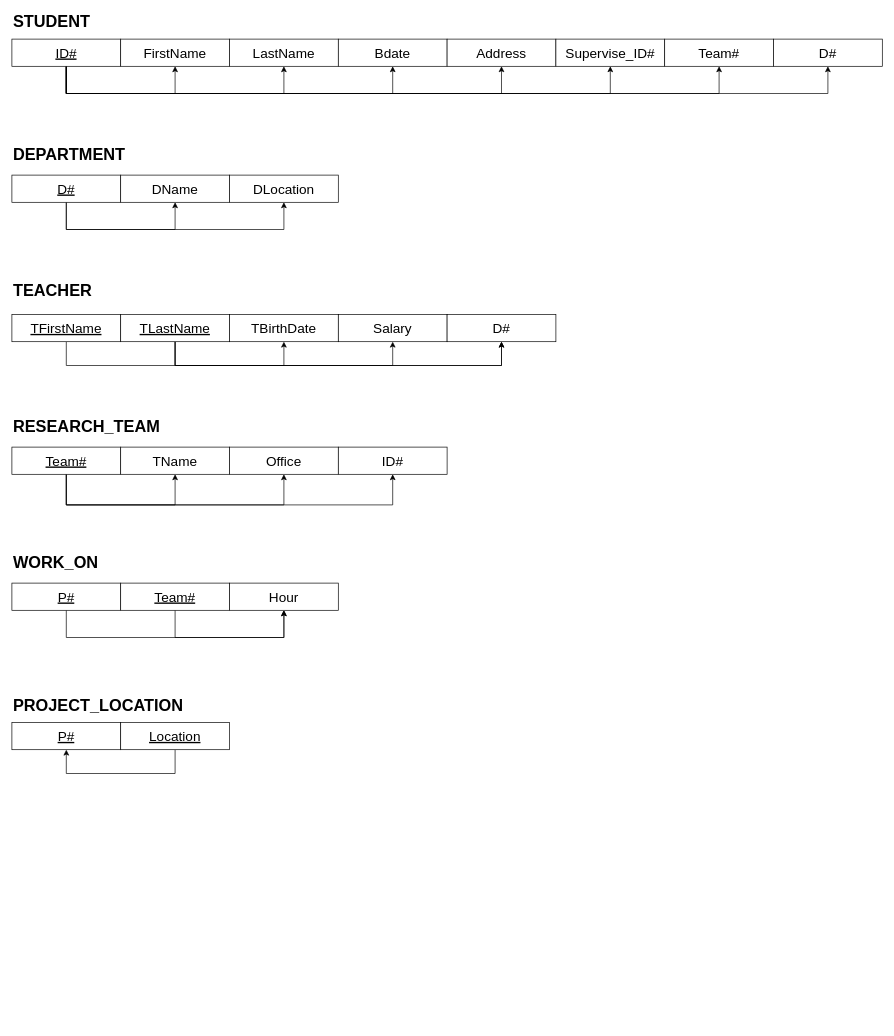
phlpat/test_repo keeps this draw.io diagram as page "ข้อ3.2" (8 of 11) of relational_database_model.drawio. Above is the earlier version. Source tidied: cells renumbered, new cells numbered last; positions are measured from the earlier drawing's top-left corner, leaving out a move shared by most shapes. Both pictures are drawn from the tidied source at 68%, with x=0, y=0 at pixel (12, 12).
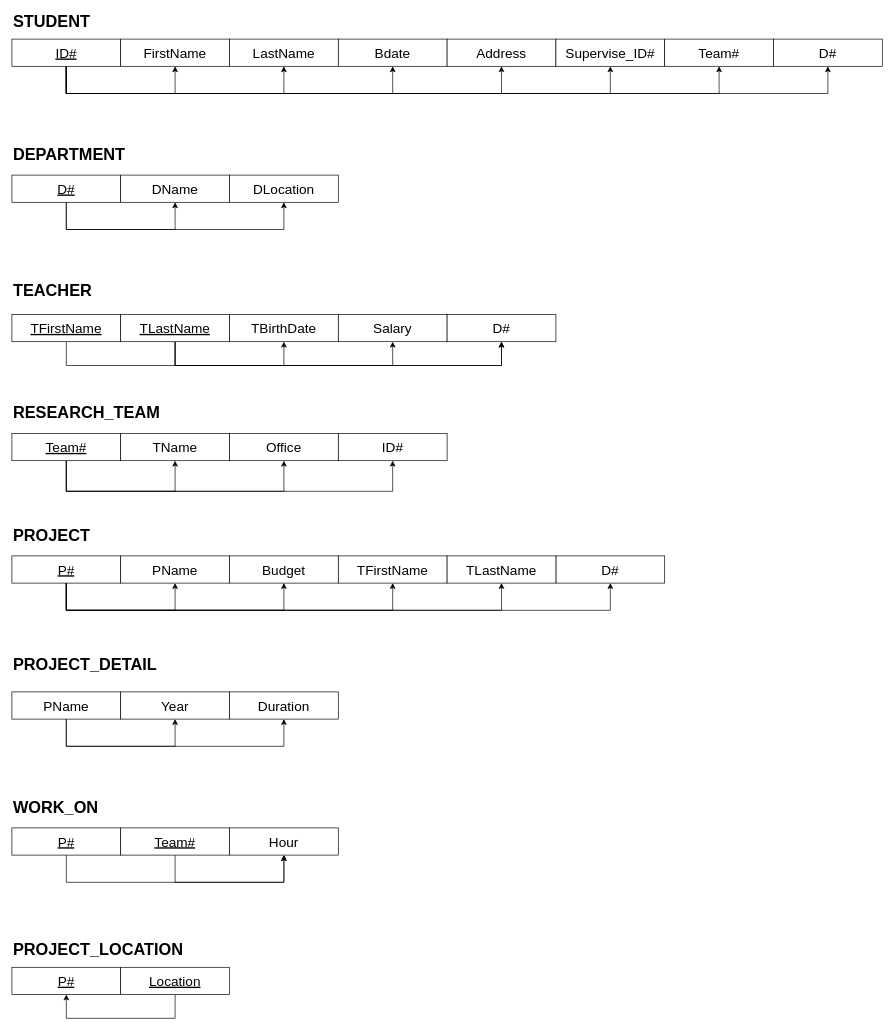
Above is the later version.

Change to the diagram source:
```diff
@@
     <mxCell id="13" value="&lt;span style=&quot;font-size: 24px&quot;&gt;&lt;b&gt;RESEARCH_TEAM&lt;/b&gt;&lt;/span&gt;" style="text;html=1;align=left;verticalAlign=middle;strokeColor=none;fillColor=none;" parent="1" vertex="1">
-      <mxGeometry y="600" width="230" height="20" as="geometry" />
+      <mxGeometry y="580" width="230" height="20" as="geometry" />
     </mxCell>
@@
     <mxCell id="31" style="edgeStyle=orthogonalEdgeStyle;rounded=0;jettySize=auto;html=1;" parent="1" edge="1" source="34" target="35">
       <mxGeometry relative="1" as="geometry">
         <Array as="points">
-          <mxPoint x="80" y="725" />
-          <mxPoint x="240" y="725" />
+          <mxPoint x="80" y="705" />
+          <mxPoint x="240" y="705" />
         </Array>
       </mxGeometry>
     </mxCell>
     <mxCell id="32" style="edgeStyle=orthogonalEdgeStyle;rounded=0;jettySize=auto;html=1;entryX=0.5;entryY=1;entryDx=0;entryDy=0;" parent="1" edge="1" source="34" target="36">
       <mxGeometry relative="1" as="geometry">
         <Array as="points">
-          <mxPoint x="80" y="725" />
-          <mxPoint x="400" y="725" />
+          <mxPoint x="80" y="705" />
+          <mxPoint x="400" y="705" />
         </Array>
       </mxGeometry>
     </mxCell>
     <mxCell id="33" style="edgeStyle=orthogonalEdgeStyle;rounded=0;jettySize=auto;html=1;entryX=0.5;entryY=1;entryDx=0;entryDy=0;" parent="1" edge="1" source="34" target="39">
       <mxGeometry relative="1" as="geometry">
         <Array as="points">
-          <mxPoint x="80" y="725" />
-          <mxPoint x="560" y="725" />
+          <mxPoint x="80" y="705" />
+          <mxPoint x="560" y="705" />
         </Array>
       </mxGeometry>
     </mxCell>
     <mxCell id="34" value="&lt;font style=&quot;font-size: 20px&quot;&gt;&lt;u&gt;Team#&lt;/u&gt;&lt;/font&gt;" style="rounded=0;whiteSpace=wrap;html=1;" parent="1" vertex="1">
-      <mxGeometry y="640" width="160" height="40" as="geometry" />
+      <mxGeometry y="620" width="160" height="40" as="geometry" />
     </mxCell>
     <mxCell id="35" value="&lt;font style=&quot;font-size: 20px&quot;&gt;TName&lt;/font&gt;" style="rounded=0;whiteSpace=wrap;html=1;" parent="1" vertex="1">
-      <mxGeometry x="160" y="640" width="160" height="40" as="geometry" />
+      <mxGeometry x="160" y="620" width="160" height="40" as="geometry" />
     </mxCell>
     <mxCell id="36" value="&lt;font style=&quot;font-size: 20px&quot;&gt;Office&lt;/font&gt;" style="rounded=0;whiteSpace=wrap;html=1;" parent="1" vertex="1">
-      <mxGeometry x="320" y="640" width="160" height="40" as="geometry" />
+      <mxGeometry x="320" y="620" width="160" height="40" as="geometry" />
     </mxCell>
@@
     <mxCell id="39" value="&lt;font style=&quot;font-size: 20px&quot;&gt;ID#&lt;/font&gt;" style="rounded=0;whiteSpace=wrap;html=1;" parent="1" vertex="1">
-      <mxGeometry x="480" y="640" width="160" height="40" as="geometry" />
+      <mxGeometry x="480" y="620" width="160" height="40" as="geometry" />
     </mxCell>
@@
     <mxCell id="42" value="&lt;span style=&quot;font-size: 24px&quot;&gt;&lt;b&gt;WORK_ON&lt;/b&gt;&lt;/span&gt;" style="text;html=1;align=left;verticalAlign=middle;strokeColor=none;fillColor=none;" parent="1" vertex="1">
-      <mxGeometry y="800" width="140" height="20" as="geometry" />
+      <mxGeometry y="1160" width="140" height="20" as="geometry" />
     </mxCell>
     <mxCell id="43" style="edgeStyle=orthogonalEdgeStyle;rounded=0;jettySize=auto;html=1;entryX=0.5;entryY=1;entryDx=0;entryDy=0;" parent="1" edge="1" source="44" target="47">
       <mxGeometry relative="1" as="geometry">
         <Array as="points">
-          <mxPoint x="80" y="920" />
-          <mxPoint x="400" y="920" />
+          <mxPoint x="80" y="1280" />
+          <mxPoint x="400" y="1280" />
         </Array>
       </mxGeometry>
     </mxCell>
     <mxCell id="44" value="&lt;font style=&quot;font-size: 20px&quot;&gt;&lt;u&gt;P#&lt;/u&gt;&lt;/font&gt;" style="rounded=0;whiteSpace=wrap;html=1;" parent="1" vertex="1">
-      <mxGeometry y="840" width="160" height="40" as="geometry" />
+      <mxGeometry y="1200" width="160" height="40" as="geometry" />
     </mxCell>
     <mxCell id="45" style="edgeStyle=orthogonalEdgeStyle;rounded=0;jettySize=auto;html=1;entryX=0.5;entryY=1;entryDx=0;entryDy=0;" parent="1" edge="1" source="46" target="47">
       <mxGeometry relative="1" as="geometry">
         <Array as="points">
-          <mxPoint x="240" y="920" />
-          <mxPoint x="400" y="920" />
+          <mxPoint x="240" y="1280" />
+          <mxPoint x="400" y="1280" />
         </Array>
       </mxGeometry>
     </mxCell>
     <mxCell id="46" value="&lt;span style=&quot;font-size: 20px&quot;&gt;&lt;u&gt;Team#&lt;/u&gt;&lt;/span&gt;" style="rounded=0;whiteSpace=wrap;html=1;" parent="1" vertex="1">
-      <mxGeometry x="160" y="840" width="160" height="40" as="geometry" />
+      <mxGeometry x="160" y="1200" width="160" height="40" as="geometry" />
     </mxCell>
     <mxCell id="47" value="&lt;font style=&quot;font-size: 20px&quot;&gt;Hour&lt;/font&gt;" style="rounded=0;whiteSpace=wrap;html=1;" parent="1" vertex="1">
-      <mxGeometry x="320" y="840" width="160" height="40" as="geometry" />
+      <mxGeometry x="320" y="1200" width="160" height="40" as="geometry" />
     </mxCell>
     <mxCell id="48" value="&lt;span style=&quot;font-size: 24px&quot;&gt;&lt;b&gt;PROJECT_LOCATION&lt;/b&gt;&lt;/span&gt;" style="text;html=1;align=left;verticalAlign=middle;strokeColor=none;fillColor=none;" parent="1" vertex="1">
-      <mxGeometry y="1010" width="270" height="20" as="geometry" />
+      <mxGeometry y="1370" width="270" height="20" as="geometry" />
     </mxCell>
     <mxCell id="49" value="&lt;font style=&quot;font-size: 20px&quot;&gt;&lt;u&gt;P#&lt;/u&gt;&lt;/font&gt;" style="rounded=0;whiteSpace=wrap;html=1;" parent="1" vertex="1">
-      <mxGeometry y="1045" width="160" height="40" as="geometry" />
+      <mxGeometry y="1405" width="160" height="40" as="geometry" />
     </mxCell>
     <mxCell id="50" style="edgeStyle=orthogonalEdgeStyle;rounded=0;jettySize=auto;html=1;entryX=0.5;entryY=1;entryDx=0;entryDy=0;" parent="1" edge="1" source="51" target="49">
       <mxGeometry relative="1" as="geometry">
         <Array as="points">
-          <mxPoint x="240" y="1120" />
-          <mxPoint x="80" y="1120" />
+          <mxPoint x="240" y="1480" />
+          <mxPoint x="80" y="1480" />
         </Array>
       </mxGeometry>
     </mxCell>
     <mxCell id="51" value="&lt;font style=&quot;font-size: 20px&quot;&gt;&lt;u&gt;Location&lt;/u&gt;&lt;/font&gt;" style="rounded=0;whiteSpace=wrap;html=1;" parent="1" vertex="1">
-      <mxGeometry x="160" y="1045" width="160" height="40" as="geometry" />
+      <mxGeometry x="160" y="1405" width="160" height="40" as="geometry" />
     </mxCell>
+    <mxCell id="52" value="&lt;span style=&quot;font-size: 24px&quot;&gt;&lt;b&gt;PROJECT&lt;/b&gt;&lt;/span&gt;" style="text;html=1;align=left;verticalAlign=middle;strokeColor=none;fillColor=none;" parent="1" vertex="1">
+      <mxGeometry y="760" width="130" height="20" as="geometry" />
+    </mxCell>
+    <mxCell id="53" style="edgeStyle=orthogonalEdgeStyle;rounded=0;jettySize=auto;html=1;entryX=0.5;entryY=1;entryDx=0;entryDy=0;" parent="1" edge="1" source="54" target="55">
+      <mxGeometry relative="1" as="geometry">
+        <Array as="points">
+          <mxPoint x="80" y="880" />
+          <mxPoint x="240" y="880" />
+        </Array>
+      </mxGeometry>
+    </mxCell>
+    <mxCell id="54" value="&lt;font style=&quot;font-size: 20px&quot;&gt;&lt;u&gt;P#&lt;/u&gt;&lt;/font&gt;" style="rounded=0;whiteSpace=wrap;html=1;" parent="1" vertex="1">
+      <mxGeometry y="800" width="160" height="40" as="geometry" />
+    </mxCell>
+    <mxCell id="55" value="&lt;font style=&quot;font-size: 20px&quot;&gt;PName&lt;/font&gt;" style="rounded=0;whiteSpace=wrap;html=1;" parent="1" vertex="1">
+      <mxGeometry x="160" y="800" width="160" height="40" as="geometry" />
+    </mxCell>
+    <mxCell id="56" value="&lt;font style=&quot;font-size: 20px&quot;&gt;Budget&lt;/font&gt;" style="rounded=0;whiteSpace=wrap;html=1;" parent="1" vertex="1">
+      <mxGeometry x="320" y="800" width="160" height="40" as="geometry" />
+    </mxCell>
+    <mxCell id="57" value="&lt;font style=&quot;font-size: 20px&quot;&gt;TFirstName&lt;/font&gt;" style="rounded=0;whiteSpace=wrap;html=1;" parent="1" vertex="1">
+      <mxGeometry x="480" y="800" width="160" height="40" as="geometry" />
+    </mxCell>
+    <mxCell id="58" value="&lt;font style=&quot;font-size: 20px&quot;&gt;D#&lt;/font&gt;" style="rounded=0;whiteSpace=wrap;html=1;" parent="1" vertex="1">
+      <mxGeometry x="800" y="800" width="160" height="40" as="geometry" />
+    </mxCell>
+    <mxCell id="59" value="&lt;span style=&quot;font-size: 20px&quot;&gt;TLastName&lt;/span&gt;" style="rounded=0;whiteSpace=wrap;html=1;" parent="1" vertex="1">
+      <mxGeometry x="640" y="800" width="160" height="40" as="geometry" />
+    </mxCell>
+    <mxCell id="60" style="edgeStyle=orthogonalEdgeStyle;rounded=0;jettySize=auto;html=1;entryX=0.5;entryY=1;entryDx=0;entryDy=0;" parent="1" edge="1" source="62" target="63">
+      <mxGeometry relative="1" as="geometry">
+        <Array as="points">
+          <mxPoint x="80" y="1080" />
+          <mxPoint x="240" y="1080" />
+        </Array>
+      </mxGeometry>
+    </mxCell>
+    <mxCell id="61" style="edgeStyle=orthogonalEdgeStyle;rounded=0;jettySize=auto;html=1;entryX=0.5;entryY=1;entryDx=0;entryDy=0;" parent="1" edge="1" source="62" target="64">
+      <mxGeometry relative="1" as="geometry">
+        <Array as="points">
+          <mxPoint x="80" y="1080" />
+          <mxPoint x="400" y="1080" />
+        </Array>
+      </mxGeometry>
+    </mxCell>
+    <mxCell id="62" value="&lt;font style=&quot;font-size: 20px&quot;&gt;PName&lt;/font&gt;" style="rounded=0;whiteSpace=wrap;html=1;" parent="1" vertex="1">
+      <mxGeometry y="1000" width="160" height="40" as="geometry" />
+    </mxCell>
+    <mxCell id="63" value="&lt;font style=&quot;font-size: 20px&quot;&gt;Year&lt;/font&gt;" style="rounded=0;whiteSpace=wrap;html=1;" parent="1" vertex="1">
+      <mxGeometry x="160" y="1000" width="160" height="40" as="geometry" />
+    </mxCell>
+    <mxCell id="64" value="&lt;span style=&quot;font-size: 20px&quot;&gt;Duration&lt;/span&gt;" style="rounded=0;whiteSpace=wrap;html=1;" parent="1" vertex="1">
+      <mxGeometry x="320" y="1000" width="160" height="40" as="geometry" />
+    </mxCell>
+    <mxCell id="65" style="edgeStyle=orthogonalEdgeStyle;rounded=0;orthogonalLoop=1;jettySize=auto;html=1;entryX=0.5;entryY=1;entryDx=0;entryDy=0;" parent="1" edge="1">
+      <mxGeometry relative="1" as="geometry">
+        <mxPoint x="80" y="840" as="sourcePoint" />
+        <mxPoint x="400" y="840" as="targetPoint" />
+        <Array as="points">
+          <mxPoint x="80" y="880" />
+          <mxPoint x="400" y="880" />
+        </Array>
+      </mxGeometry>
+    </mxCell>
+    <mxCell id="66" style="edgeStyle=orthogonalEdgeStyle;rounded=0;orthogonalLoop=1;jettySize=auto;html=1;entryX=0.5;entryY=1;entryDx=0;entryDy=0;" parent="1" edge="1">
+      <mxGeometry relative="1" as="geometry">
+        <mxPoint x="80" y="840" as="sourcePoint" />
+        <mxPoint x="560" y="840" as="targetPoint" />
+        <Array as="points">
+          <mxPoint x="80" y="880" />
+          <mxPoint x="560" y="880" />
+        </Array>
+      </mxGeometry>
+    </mxCell>
+    <mxCell id="67" style="edgeStyle=orthogonalEdgeStyle;rounded=0;orthogonalLoop=1;jettySize=auto;html=1;entryX=0.5;entryY=1;entryDx=0;entryDy=0;" parent="1" edge="1">
+      <mxGeometry relative="1" as="geometry">
+        <mxPoint x="80" y="840" as="sourcePoint" />
+        <mxPoint x="720" y="840" as="targetPoint" />
+        <Array as="points">
+          <mxPoint x="80" y="880" />
+          <mxPoint x="720" y="880" />
+        </Array>
+      </mxGeometry>
+    </mxCell>
+    <mxCell id="68" style="edgeStyle=orthogonalEdgeStyle;rounded=0;orthogonalLoop=1;jettySize=auto;html=1;entryX=0.5;entryY=1;entryDx=0;entryDy=0;" parent="1" edge="1">
+      <mxGeometry relative="1" as="geometry">
+        <mxPoint x="80" y="840" as="sourcePoint" />
+        <mxPoint x="880" y="840" as="targetPoint" />
+        <Array as="points">
+          <mxPoint x="80" y="880" />
+          <mxPoint x="880" y="880" />
+        </Array>
+      </mxGeometry>
+    </mxCell>
+    <mxCell id="69" value="&lt;span style=&quot;font-size: 24px&quot;&gt;&lt;b&gt;PROJECT_DETAIL&lt;/b&gt;&lt;/span&gt;" style="text;html=1;align=left;verticalAlign=middle;strokeColor=none;fillColor=none;" parent="1" vertex="1">
+      <mxGeometry y="950" width="230" height="20" as="geometry" />
+    </mxCell>
```
